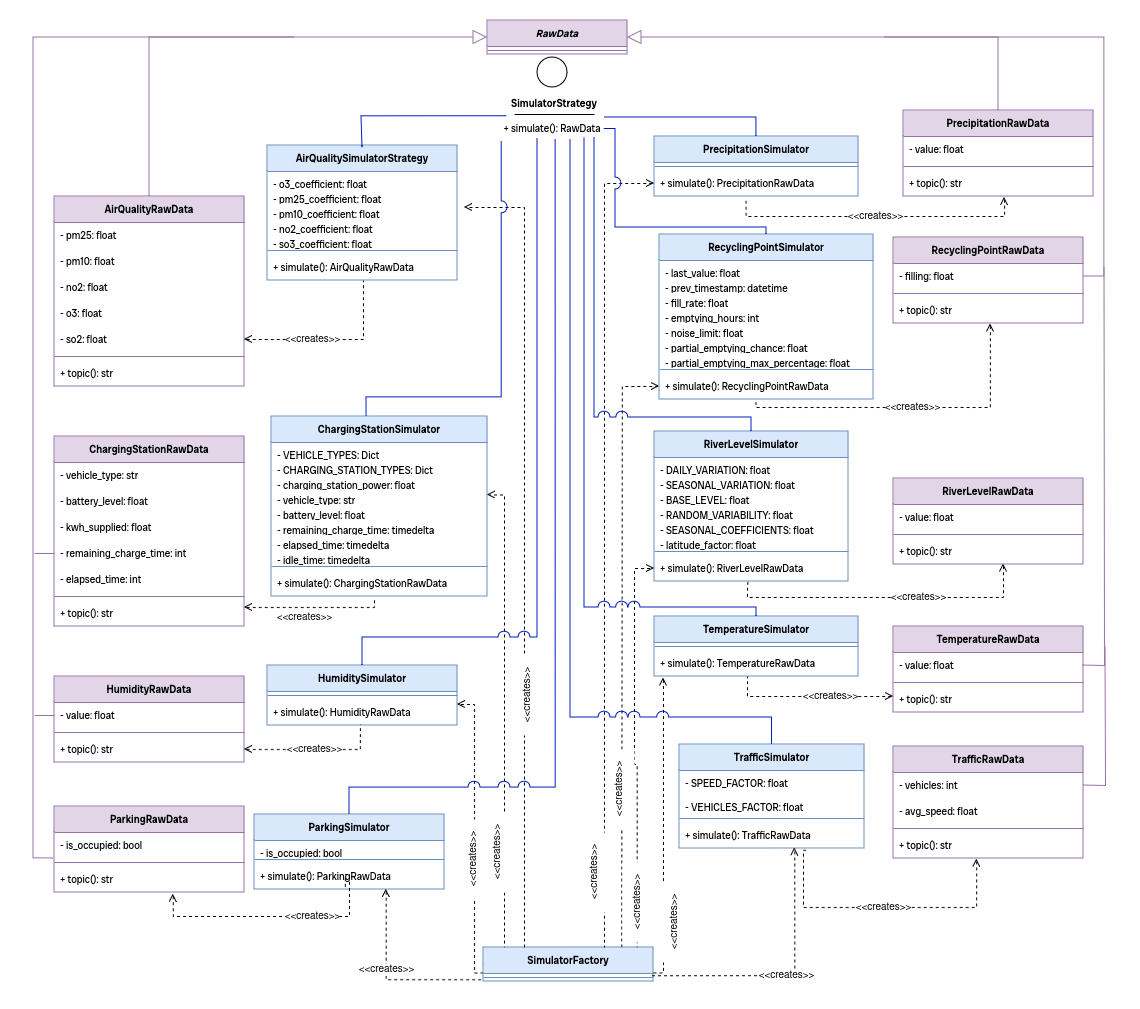
7Last/docs keeps this draw.io diagram as images/specifica_tecnica/simulators.png. Above is the earlier version. Source tidied: cells renumbered, new cells last; positions are measured from the earlier drawing's top-left corner, leaving out a move shared by most shapes.
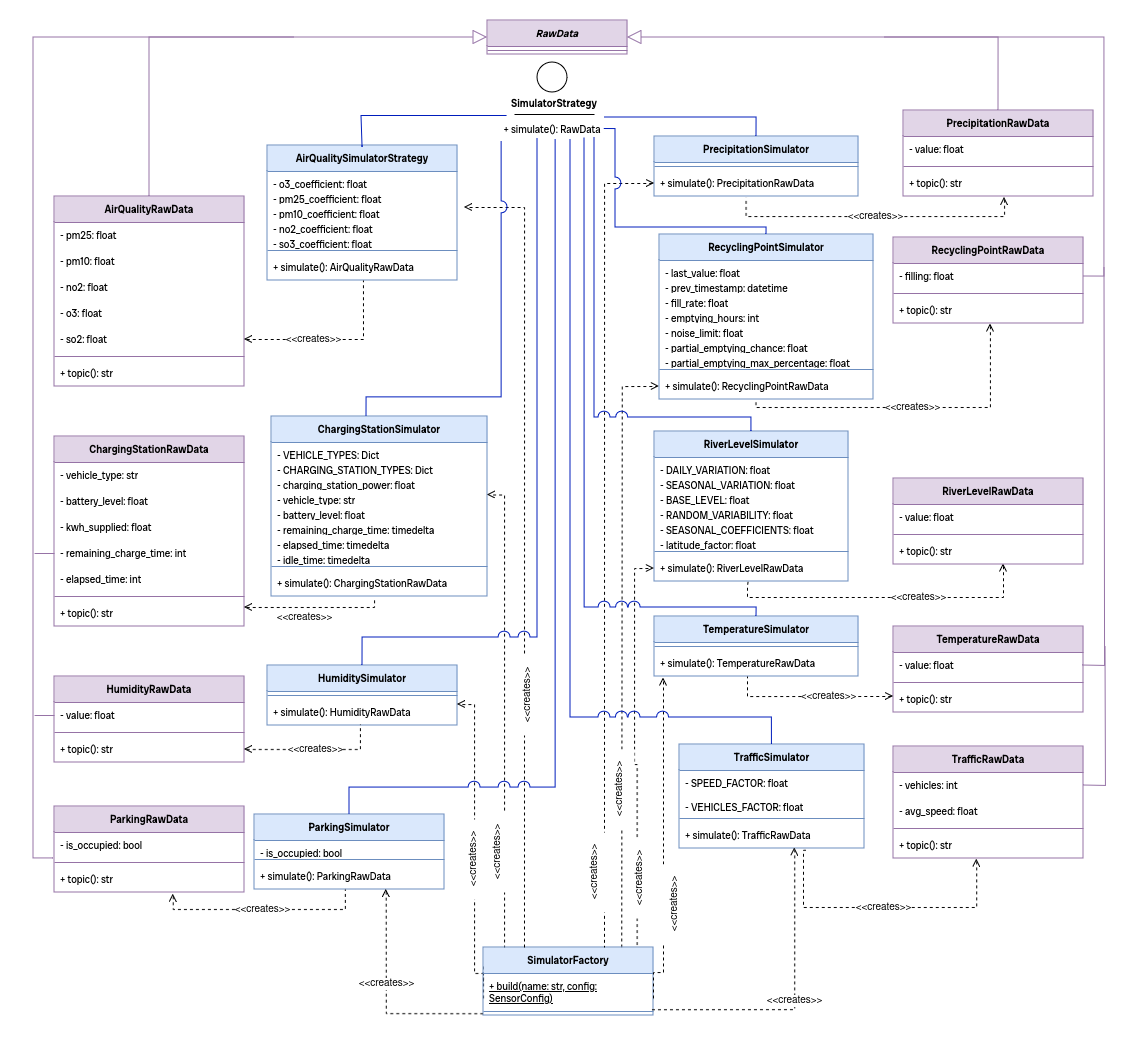
After the commit.

Commit message:
fix: rimossi producer da diagramma factory

The edit, as a diff of the source:
```diff
@@ -8,7 +8,7 @@
       </mxGeometry>
     </mxCell>
     <mxCell id="3" style="ellipse;fontStyle=2;fontFamily=Radio Canada Big;fontSource=https%3A%2F%2Ffonts.googleapis.com%2Fcss%3Ffamily%3DRadio%2BCanada%2BBig;fontSize=10;" parent="1" vertex="1">
-      <mxGeometry x="504" y="37" width="30" height="30" as="geometry" />
+      <mxGeometry x="504" y="42" width="30" height="30" as="geometry" />
     </mxCell>
     <mxCell id="4" style="line;strokeWidth=1;fillColor=none;align=left;verticalAlign=middle;spacingTop=-1;spacingLeft=3;spacingRight=3;labelPosition=right;strokeColor=inherit;fontFamily=Radio Canada Big;fontSource=https%3A%2F%2Ffonts.googleapis.com%2Fcss%3Ffamily%3DRadio%2BCanada%2BBig;fontSize=10;" parent="1" vertex="1">
       <mxGeometry x="481" y="90" width="80" height="8" as="geometry" />
@@ -381,11 +381,10 @@
       <mxGeometry relative="1" as="geometry" />
     </mxCell>
     <mxCell id="115" value="&amp;lt;&amp;lt;creates&amp;gt;&amp;gt;" style="edgeStyle=orthogonalEdgeStyle;rounded=0;jettySize=auto;html=1;startArrow=open;startFill=0;endArrow=none;endFill=0;startSize=6;dashed=1;strokeColor=default;align=center;verticalAlign=middle;fontFamily=Helvetica;fontSize=10;fontColor=default;labelBackgroundColor=default;exitX=0.625;exitY=1.058;exitDx=0;exitDy=0;exitPerimeter=0;entryX=0.478;entryY=0.997;entryDx=0;entryDy=0;entryPerimeter=0;" parent="1" edge="1" source="96" target="37">
-      <mxGeometry x="0.25" relative="1" as="geometry">
+      <mxGeometry relative="1" as="geometry">
         <Array as="points">
-          <mxPoint x="140" y="896" />
-          <mxPoint x="316" y="896" />
-          <mxPoint x="316" y="854" />
+          <mxPoint x="140" y="889" />
+          <mxPoint x="312" y="889" />
         </Array>
       </mxGeometry>
     </mxCell>
@@ -468,10 +467,13 @@
       <mxGeometry relative="1" as="geometry" />
     </mxCell>
     <mxCell id="127" value="&lt;b style=&quot;font-size: 10px;&quot;&gt;SimulatorFactory&lt;/b&gt;" style="swimlane;fontStyle=0;horizontal=1;startSize=26;fillColor=#dae8fc;whiteSpace=wrap;html=1;fontFamily=Radio Canada Big;fontSource=https%3A%2F%2Ffonts.googleapis.com%2Fcss%3Ffamily%3DRadio%2BCanada%2BBig;strokeColor=#6c8ebf;fontSize=10;" parent="1" vertex="1">
-      <mxGeometry x="450" y="927" width="170" height="34" as="geometry" />
+      <mxGeometry x="450" y="927" width="170" height="68" as="geometry" />
     </mxCell>
+    <mxCell id="153" value="&lt;u&gt;&lt;span&gt;+ build(name: str, config: SensorConfig)&lt;/span&gt;&lt;/u&gt;" style="text;strokeColor=none;fillColor=none;align=left;verticalAlign=top;spacingLeft=4;spacingRight=4;overflow=hidden;whiteSpace=wrap;html=1;fontFamily=Radio Canada Big;fontSource=https%3A%2F%2Ffonts.googleapis.com%2Fcss%3Ffamily%3DRadio%2BCanada%2BBig;fontStyle=0;fontSize=10;fontColor=default;" parent="127" vertex="1">
+      <mxGeometry y="26" width="170" height="34" as="geometry" />
+    </mxCell>
     <mxCell id="128" style="line;strokeWidth=1;fillColor=none;align=left;verticalAlign=middle;spacingTop=-1;spacingLeft=3;spacingRight=3;labelPosition=right;points=[];portConstraint=eastwest;strokeColor=inherit;fontFamily=Radio Canada Big;fontSource=https%3A%2F%2Ffonts.googleapis.com%2Fcss%3Ffamily%3DRadio%2BCanada%2BBig;fontSize=10;" parent="127" vertex="1">
-      <mxGeometry y="26" width="170" height="8" as="geometry" />
+      <mxGeometry y="60" width="170" height="8" as="geometry" />
     </mxCell>
     <mxCell id="129" value="&amp;lt;&amp;lt;creates&amp;gt;&amp;gt;" style="edgeStyle=orthogonalEdgeStyle;rounded=0;jettySize=auto;html=1;entryX=-0.004;entryY=0.78;entryDx=0;entryDy=0;startArrow=open;startFill=0;endArrow=none;endFill=0;startSize=6;dashed=1;strokeColor=default;align=center;verticalAlign=middle;fontFamily=Helvetica;fontSize=10;fontColor=default;labelBackgroundColor=default;entryPerimeter=0;exitX=0.693;exitY=0.997;exitDx=0;exitDy=0;exitPerimeter=0;" parent="1" edge="1" source="37" target="128">
       <mxGeometry x="-0.14" relative="1" as="geometry" />
@@ -488,7 +490,7 @@
       </mxGeometry>
     </mxCell>
     <mxCell id="132" value="&amp;lt;&amp;lt;creates&amp;gt;&amp;gt;" style="text;html=1;align=center;verticalAlign=middle;strokeColor=none;fillColor=default;fontSize=10;rotation=-90;" parent="1" vertex="1">
-      <mxGeometry x="601" y="887" width="80" height="30" as="geometry" />
+      <mxGeometry x="601" y="869" width="80" height="30" as="geometry" />
     </mxCell>
     <mxCell id="133" value="&amp;lt;&amp;lt;creates&amp;gt;&amp;gt;" style="text;html=1;align=center;verticalAlign=middle;fontSize=10;rotation=-90;fillColor=default;" parent="1" vertex="1">
       <mxGeometry x="424" y="817" width="80" height="30" as="geometry" />
@@ -497,7 +499,7 @@
       <mxGeometry x="400" y="824" width="80" height="30" as="geometry" />
     </mxCell>
     <mxCell id="135" value="&amp;lt;&amp;lt;creates&amp;gt;&amp;gt;" style="text;html=1;align=center;verticalAlign=middle;strokeColor=none;fillColor=default;fontSize=10;rotation=-90;" parent="1" vertex="1">
-      <mxGeometry x="564" y="867" width="80" height="30" as="geometry" />
+      <mxGeometry x="566" y="843" width="80" height="30" as="geometry" />
     </mxCell>
     <mxCell id="136" value="&amp;lt;&amp;lt;creates&amp;gt;&amp;gt;" style="text;html=1;align=center;verticalAlign=middle;strokeColor=none;fillColor=default;fontSize=10;rotation=-90;" parent="1" vertex="1">
       <mxGeometry x="546" y="754" width="80" height="30" as="geometry" />
```
